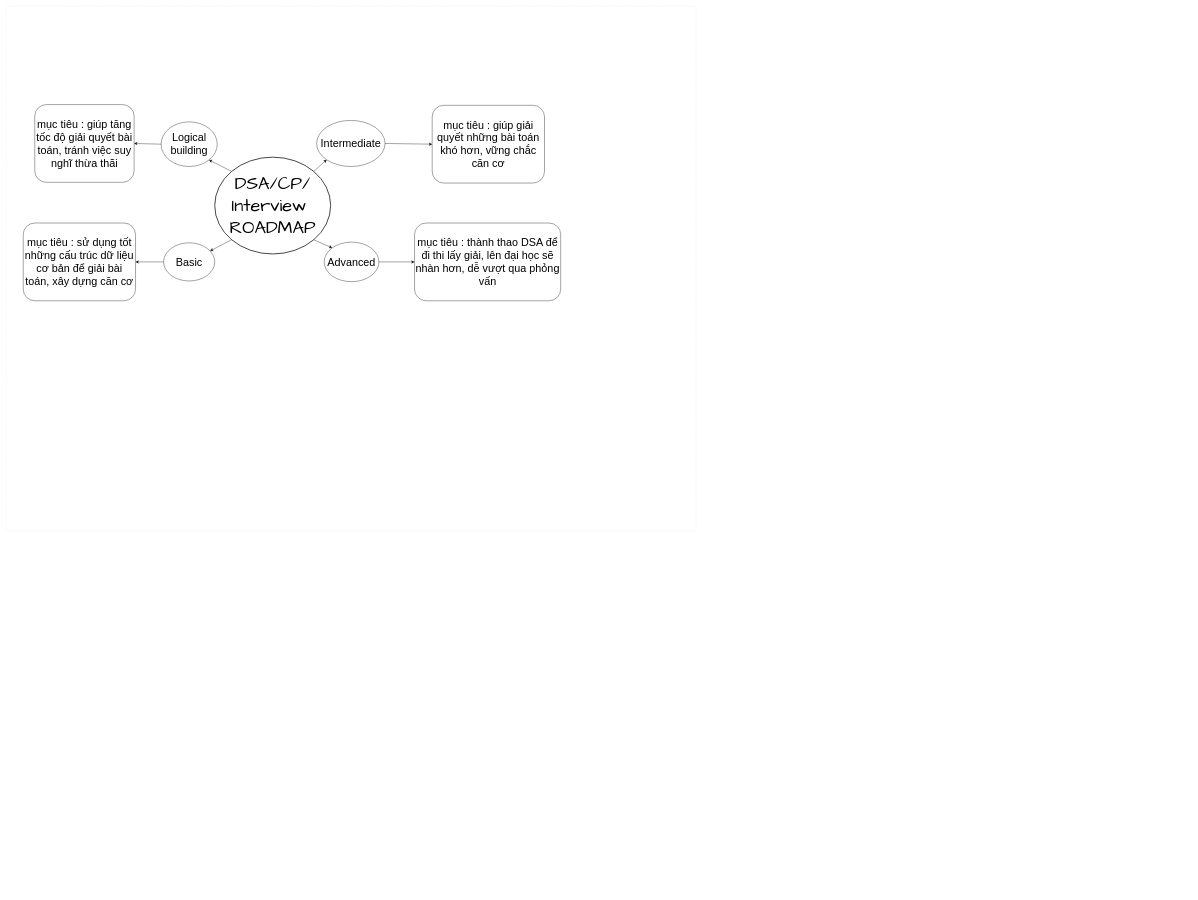
ChillingCpp/DSA-Roadmap keeps this draw.io diagram as DSA/Untitled Diagram.drawio. Above is the earlier version. Source tidied: cells renumbered, new cells numbered last; positions are measured from the earlier drawing's top-left corner, leaving out a move shared by most shapes. Both pictures are drawn from the tidied source at 36%, with x=0, y=0 at pixel (6, 6).
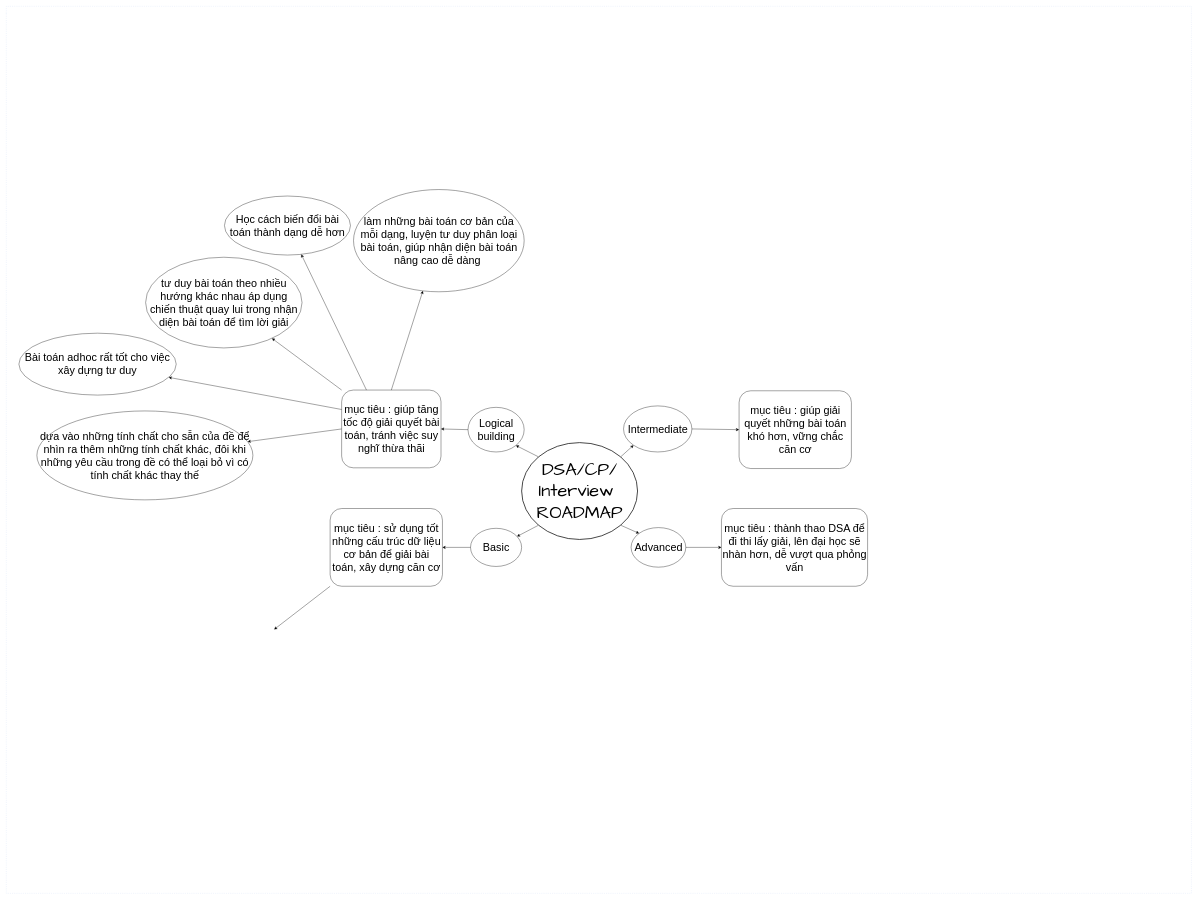
The same diagram, later.

Change to the diagram source:
```diff
@@
     <mxCell id="2" style="swimlane;html=1;startSize=20;horizontal=1;containerType=tree;labelBackgroundColor=none;strokeColor=#D4E1F5;strokeWidth=1;fillColor=none;fontFamily=Comic Sans MS;fontSize=30;swimlaneLine=0;dashed=1;align=center;verticalAlign=middle;labelPosition=center;verticalLabelPosition=middle;" parent="1" vertex="1">
-      <mxGeometry width="1916" height="1457" as="geometry" />
+      <mxGeometry width="3292" height="2464" as="geometry" />
     </mxCell>
     <mxCell id="3" value="&lt;font style=&quot;font-size: 50px;&quot; face=&quot;Comic Sans MS&quot;&gt;DSA/CP/&lt;/font&gt;&lt;div&gt;&lt;font style=&quot;font-size: 50px;&quot; face=&quot;Comic Sans MS&quot;&gt;Interview&amp;nbsp;&lt;/font&gt;&lt;div&gt;&lt;font style=&quot;font-size: 50px;&quot; face=&quot;Comic Sans MS&quot;&gt;ROADMAP&lt;/font&gt;&lt;/div&gt;&lt;/div&gt;" style="ellipse;whiteSpace=wrap;html=1;align=center;strokeWidth=2;" parent="2" vertex="1">
-      <mxGeometry x="579" y="419" width="322" height="269" as="geometry" />
+      <mxGeometry x="1431.5" y="1212" width="322" height="269" as="geometry" />
     </mxCell>
@@
     <mxCell id="6" value="Logical building" style="ellipse;whiteSpace=wrap;html=1;fontSize=30;" parent="2" vertex="1">
-      <mxGeometry x="430" y="321" width="156" height="124" as="geometry" />
+      <mxGeometry x="1282.5" y="1114" width="156" height="124" as="geometry" />
     </mxCell>
     <mxCell id="7" value="Basic" style="ellipse;whiteSpace=wrap;html=1;fontSize=30;" parent="2" vertex="1">
-      <mxGeometry x="437" y="657" width="142" height="106" as="geometry" />
+      <mxGeometry x="1289.5" y="1450" width="142" height="106" as="geometry" />
     </mxCell>
     <mxCell id="8" value="Intermediate" style="ellipse;whiteSpace=wrap;html=1;fontSize=30;" parent="2" vertex="1">
-      <mxGeometry x="862" y="317" width="190" height="128" as="geometry" />
+      <mxGeometry x="1714.5" y="1110" width="190" height="128" as="geometry" />
     </mxCell>
@@
     <mxCell id="10" value="Advanced" style="ellipse;whiteSpace=wrap;html=1;fontSize=30;" parent="2" vertex="1">
-      <mxGeometry x="883" y="655" width="152" height="110" as="geometry" />
+      <mxGeometry x="1735.5" y="1448" width="152" height="110" as="geometry" />
     </mxCell>
@@
     <mxCell id="12" value="mục tiêu : giúp tăng tốc độ giải quyết bài toán, tránh việc suy nghĩ thừa thãi" style="rounded=1;whiteSpace=wrap;html=1;fontSize=30;" parent="2" vertex="1">
-      <mxGeometry x="79" y="273" width="276" height="216" as="geometry" />
+      <mxGeometry x="931.5" y="1066" width="276" height="216" as="geometry" />
     </mxCell>
@@
     <mxCell id="14" value="mục tiêu : sử dụng tốt những cấu trúc dữ liệu cơ bản để giải bài toán, xây dựng căn cơ" style="rounded=1;whiteSpace=wrap;html=1;fontSize=30;" parent="2" vertex="1">
-      <mxGeometry x="47" y="602" width="312" height="216" as="geometry" />
+      <mxGeometry x="899.5" y="1395" width="312" height="216" as="geometry" />
     </mxCell>
@@
     <mxCell id="16" value="mục tiêu : giúp giải quyết những bài toán khó hơn, vững chắc căn cơ" style="rounded=1;whiteSpace=wrap;html=1;fontSize=30;" parent="2" vertex="1">
-      <mxGeometry x="1183" y="275" width="312" height="216" as="geometry" />
+      <mxGeometry x="2035.5" y="1068" width="312" height="216" as="geometry" />
     </mxCell>
     <mxCell id="17" value="mục tiêu : thành thao DSA để đi thi lấy giải, lên đại học sẽ nhàn hơn, dễ vượt qua phỏng vấn" style="rounded=1;whiteSpace=wrap;html=1;fontSize=30;" parent="2" vertex="1">
-      <mxGeometry x="1134" y="602" width="406" height="216" as="geometry" />
+      <mxGeometry x="1986.5" y="1395" width="406" height="216" as="geometry" />
     </mxCell>
@@
+    <mxCell id="20" value="&lt;span style=&quot;font-size: 30px;&quot;&gt;làm những bài toán cơ bản của mỗi dạng, luyện tư duy phân loại bài toán, giúp nhận diện bài toán nâng cao dễ dàng&amp;nbsp;&lt;/span&gt;" style="ellipse;whiteSpace=wrap;html=1;" parent="2" vertex="1">
+      <mxGeometry x="964.5" y="509" width="474" height="284" as="geometry" />
+    </mxCell>
+    <mxCell id="21" style="endArrow=classic;html=1;rounded=0;exitX=0.5;exitY=0;exitDx=0;exitDy=0;" parent="2" edge="1" source="12" target="20">
+      <mxGeometry relative="1" as="geometry" />
+    </mxCell>
+    <mxCell id="22" value="Học cách biến đổi bài toán thành dạng dễ hơn" style="ellipse;whiteSpace=wrap;html=1;fontSize=30;" parent="2" vertex="1">
+      <mxGeometry x="606" y="527" width="350" height="164" as="geometry" />
+    </mxCell>
+    <mxCell id="23" style="endArrow=classic;html=1;rounded=0;exitX=0.25;exitY=0;exitDx=0;exitDy=0;" parent="2" edge="1" source="12" target="22">
+      <mxGeometry relative="1" as="geometry" />
+    </mxCell>
+    <mxCell id="24" value="tư duy bài toán theo nhiều hướng khác nhau&amp;nbsp;&lt;span style=&quot;background-color: transparent; color: light-dark(rgb(0, 0, 0), rgb(255, 255, 255));&quot;&gt;áp dụng chiến thuật quay lui trong nhận diện bài toán để tìm lời giải&lt;/span&gt;" style="ellipse;whiteSpace=wrap;html=1;fontSize=30;" parent="2" vertex="1">
+      <mxGeometry x="387" y="697" width="434.5" height="252" as="geometry" />
+    </mxCell>
+    <mxCell id="25" style="endArrow=classic;html=1;rounded=0;exitX=0;exitY=0;exitDx=0;exitDy=0;" parent="2" edge="1" source="12" target="24">
+      <mxGeometry relative="1" as="geometry" />
+    </mxCell>
+    <mxCell id="26" value="Bài toán adhoc rất tốt cho việc xây dựng tư duy" style="ellipse;whiteSpace=wrap;html=1;fontSize=30;" parent="2" vertex="1">
+      <mxGeometry x="35" y="908" width="437" height="172" as="geometry" />
+    </mxCell>
+    <mxCell id="27" style="endArrow=classic;html=1;rounded=0;exitX=0;exitY=0.25;exitDx=0;exitDy=0;" parent="2" edge="1" source="12" target="26">
+      <mxGeometry relative="1" as="geometry" />
+    </mxCell>
+    <mxCell id="28" value="dựa vào những tính chất cho sẵn của đề để nhìn ra thêm những tính chất khác, đôi khi những yêu cầu trong đề có thể loại bỏ vì có tính chất khác thay thế" style="ellipse;whiteSpace=wrap;html=1;fontSize=30;" parent="2" vertex="1">
+      <mxGeometry x="85" y="1124" width="600" height="247" as="geometry" />
+    </mxCell>
+    <mxCell id="29" style="endArrow=classic;html=1;rounded=0;exitX=0;exitY=0.5;exitDx=0;exitDy=0;" parent="2" edge="1" source="12" target="28">
+      <mxGeometry relative="1" as="geometry" />
+    </mxCell>
+    <mxCell id="30" style="endArrow=classic;html=1;rounded=0;exitX=0;exitY=1;exitDx=0;exitDy=0;" parent="1" edge="1" source="14">
+      <mxGeometry relative="1" as="geometry">
+        <mxPoint x="744" y="1731" as="targetPoint" />
+      </mxGeometry>
+    </mxCell>
```
